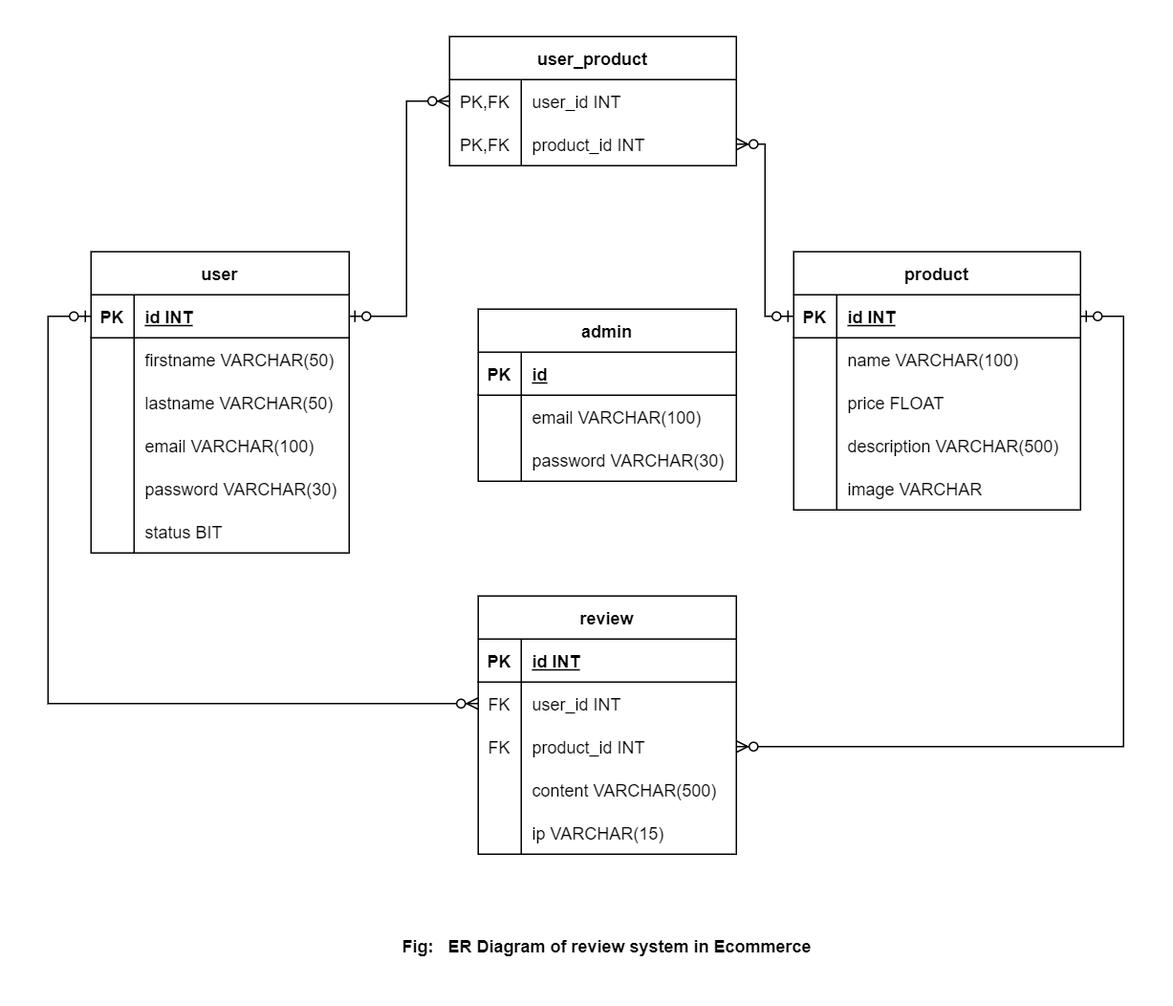
This is Database_Design.png from nbchand/Fake-Review-Detector, a draw.io export, as it was before one commit. Source tidied: cells renumbered, new cells last; positions are measured from the earlier drawing's top-left corner, leaving out a move shared by most shapes.
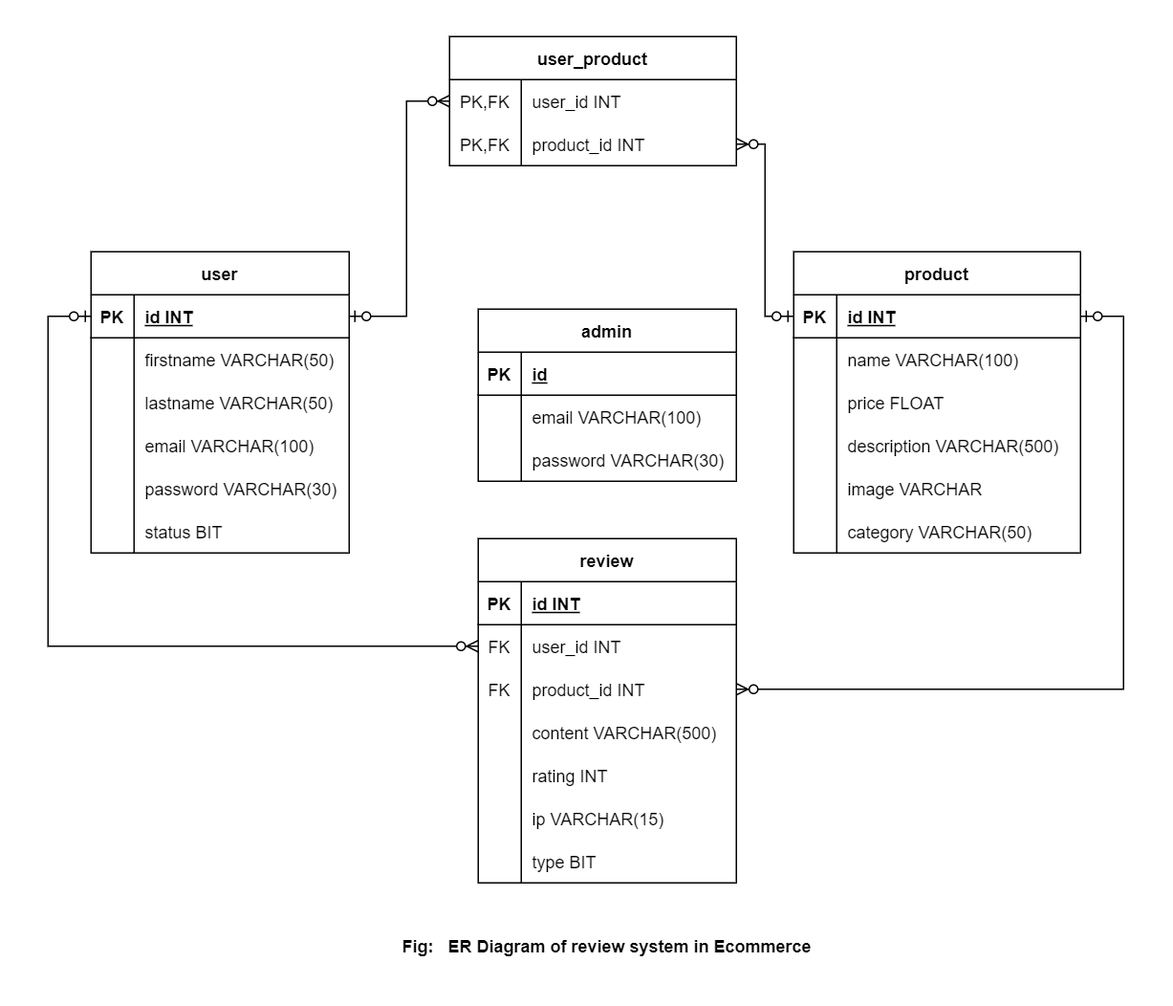
After the commit.

The edit, as a diff of the source:
```diff
@@ -60,7 +60,7 @@
       <mxGeometry x="30" width="150" height="30" as="geometry" />
     </mxCell>
     <mxCell id="21" value="product" style="shape=table;startSize=30;rowLines=0;fontStyle=1;align=center;" parent="1" vertex="1">
-      <mxGeometry x="520" y="150" width="200" height="180" as="geometry" />
+      <mxGeometry x="520" y="150" width="200" height="210" as="geometry" />
     </mxCell>
     <mxCell id="22" style="shape=partialRectangle;fillColor=none;top=0;left=0;bottom=1;right=0;points=[[0,0.5],[1,0.5]];portConstraint=eastwest;" parent="21" vertex="1">
       <mxGeometry y="30" width="200" height="30" as="geometry" />
@@ -107,8 +107,17 @@
     <mxCell id="36" value="image VARCHAR" style="shape=partialRectangle;fillColor=none;top=0;left=0;bottom=0;right=0;align=left;spacingLeft=6;fontStyle=0;overflow=hidden;fontFamily=Helvetica;fontSize=12;fontColor=default;" parent="34" vertex="1">
       <mxGeometry x="30" width="170" height="30" as="geometry" />
     </mxCell>
+    <mxCell id="75" style="shape=partialRectangle;fillColor=none;top=0;left=0;bottom=0;right=0;" parent="21" vertex="1">
+      <mxGeometry y="180" width="200" height="30" as="geometry" />
+    </mxCell>
+    <mxCell id="76" style="shape=partialRectangle;fillColor=none;top=0;left=0;bottom=0;right=0;fontStyle=0;overflow=hidden;" parent="75" vertex="1">
+      <mxGeometry width="30" height="30" as="geometry" />
+    </mxCell>
+    <mxCell id="77" value="category VARCHAR(50)" style="shape=partialRectangle;fillColor=none;top=0;left=0;bottom=0;right=0;align=left;spacingLeft=6;fontStyle=0;overflow=hidden;" parent="75" vertex="1">
+      <mxGeometry x="30" width="170" height="30" as="geometry" />
+    </mxCell>
     <mxCell id="37" value="review" style="shape=table;startSize=30;rowLines=0;fontStyle=1;align=center;" parent="1" vertex="1">
-      <mxGeometry x="300" y="390" width="180" height="180" as="geometry" />
+      <mxGeometry x="300" y="350" width="180" height="240" as="geometry" />
     </mxCell>
     <mxCell id="38" style="shape=partialRectangle;fillColor=none;top=0;left=0;bottom=1;right=0;" parent="37" vertex="1">
       <mxGeometry y="30" width="180" height="30" as="geometry" />
@@ -152,9 +161,27 @@
     <mxCell id="51" style="shape=partialRectangle;fillColor=none;top=0;left=0;bottom=0;right=0;fontStyle=0;overflow=hidden;" parent="50" vertex="1">
       <mxGeometry width="30" height="30" as="geometry" />
     </mxCell>
-    <mxCell id="52" value="ip VARCHAR(15)" style="shape=partialRectangle;fillColor=none;top=0;left=0;bottom=0;right=0;align=left;spacingLeft=6;fontStyle=0;overflow=hidden;" parent="50" vertex="1">
+    <mxCell id="52" value="rating INT" style="shape=partialRectangle;fillColor=none;top=0;left=0;bottom=0;right=0;align=left;spacingLeft=6;fontStyle=0;overflow=hidden;" parent="50" vertex="1">
       <mxGeometry x="30" width="150" height="30" as="geometry" />
     </mxCell>
+    <mxCell id="78" style="shape=partialRectangle;fillColor=none;top=0;left=0;bottom=0;right=0;" parent="37" vertex="1">
+      <mxGeometry y="180" width="180" height="30" as="geometry" />
+    </mxCell>
+    <mxCell id="79" style="shape=partialRectangle;fillColor=none;top=0;left=0;bottom=0;right=0;fontStyle=0;overflow=hidden;" parent="78" vertex="1">
+      <mxGeometry width="30" height="30" as="geometry" />
+    </mxCell>
+    <mxCell id="80" value="ip VARCHAR(15)" style="shape=partialRectangle;fillColor=none;top=0;left=0;bottom=0;right=0;align=left;spacingLeft=6;fontStyle=0;overflow=hidden;" parent="78" vertex="1">
+      <mxGeometry x="30" width="150" height="30" as="geometry" />
+    </mxCell>
+    <mxCell id="81" style="shape=partialRectangle;fillColor=none;top=0;left=0;bottom=0;right=0;" parent="37" vertex="1">
+      <mxGeometry y="210" width="180" height="30" as="geometry" />
+    </mxCell>
+    <mxCell id="82" style="shape=partialRectangle;fillColor=none;top=0;left=0;bottom=0;right=0;fontStyle=0;overflow=hidden;" parent="81" vertex="1">
+      <mxGeometry width="30" height="30" as="geometry" />
+    </mxCell>
+    <mxCell id="83" value="type BIT" style="shape=partialRectangle;fillColor=none;top=0;left=0;bottom=0;right=0;align=left;spacingLeft=6;fontStyle=0;overflow=hidden;" parent="81" vertex="1">
+      <mxGeometry x="30" width="150" height="30" as="geometry" />
+    </mxCell>
     <mxCell id="53" value="admin" style="shape=table;startSize=30;rowLines=0;fontStyle=1;align=center;" parent="1" vertex="1">
       <mxGeometry x="300" y="190" width="180" height="120" as="geometry" />
     </mxCell>
@@ -213,7 +240,7 @@
       <mxGeometry relative="1" as="geometry">
         <Array as="points">
           <mxPoint y="195" />
-          <mxPoint y="465" />
+          <mxPoint y="425" />
         </Array>
       </mxGeometry>
     </mxCell>
@@ -221,7 +248,7 @@
       <mxGeometry relative="1" as="geometry">
         <Array as="points">
           <mxPoint x="750" y="195" />
-          <mxPoint x="750" y="495" />
+          <mxPoint x="750" y="455" />
         </Array>
       </mxGeometry>
     </mxCell>
```
